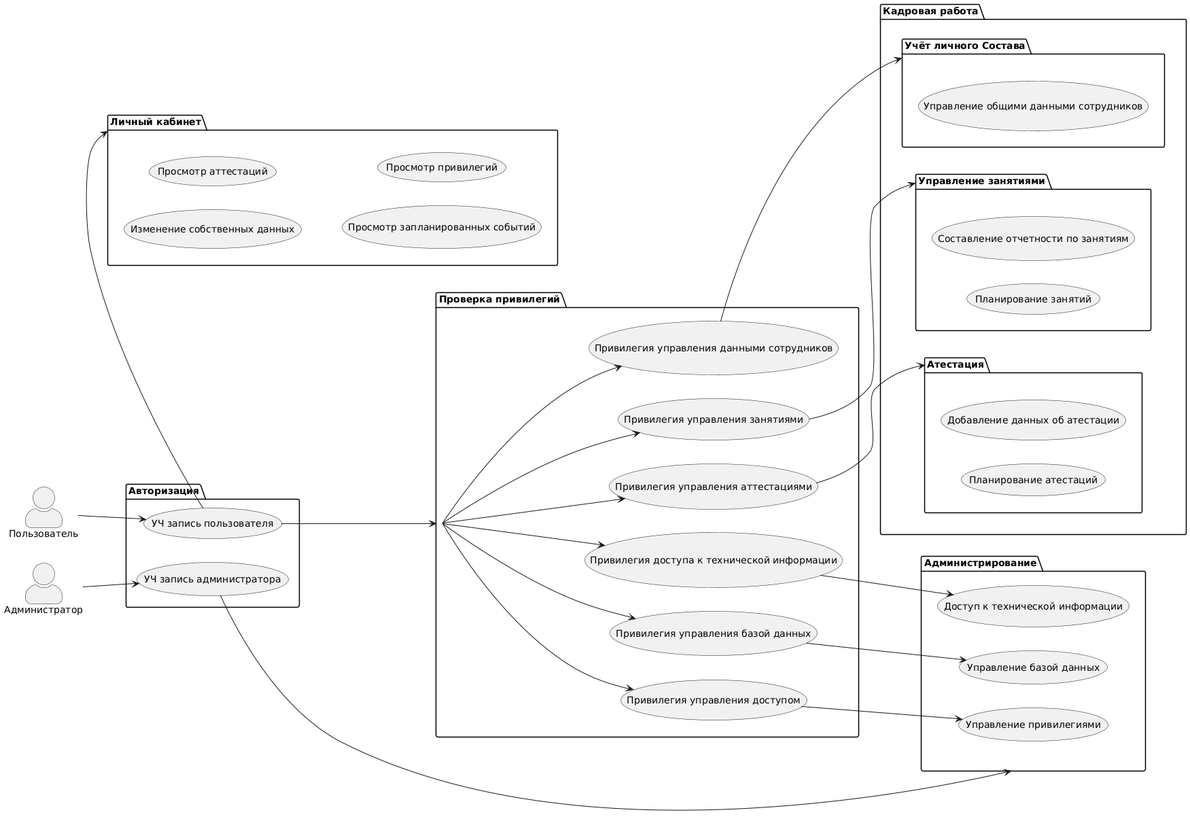
Before: docs/imgs/uml_diag_light.png, a diagram exported from PlantUML (SemionPetrov/ProjectMCHS). Source of this version:
```plantuml
@startuml
skinparam actorStyle awesome
left to right direction

actor Пользователь as User
actor Администратор as Admin

package Авторизация {
    usecase "УЧ запись пользователя" as unpriv_user
    usecase "УЧ запись администратора" as admin_user
}

package "Кадровая работа" {
    package "Атестация" as certification {
        usecase "Планирование атестаций" as planning_sessions
        usecase "Добавление данных об атестации" as report_management
    }

    package "Управление занятиями" as exercise{
        usecase "Планирование занятий"
        usecase "Составление отчетности по занятиям"
    }

    package "Учёт личного Состава" as employee_management {
        usecase "Управление общими данными сотрудников" as employee_data_management
    }
}

package "Личный кабинет" as profile{
    usecase "Изменение собственных данных"
    usecase "Просмотр аттестаций"
    usecase "Просмотр запланированных событий"
    usecase "Просмотр привилегий"
}

package Администрирование as administartion{
    usecase "Управление привилегиями" as access_control
    usecase "Управление базой данных" as db_control
    usecase "Доступ к технической информации" as backend_info
}

package "Проверка привилегий" as priv_check {
    usecase "Привилегия управления данными сотрудников" as employee_management_priv
    usecase "Привилегия управления аттестациями" as certification_management_priv
    usecase "Привилегия управления занятиями" as planning_sessions_priv

    usecase "Привилегия управления доступом" as access_control_priv
    usecase "Привилегия управления базой данных" as db_control_priv
    usecase "Привилегия доступа к технической информации" as backend_info_priv
}


User --> unpriv_user
Admin --> admin_user

admin_user --> administartion

unpriv_user --> priv_check
unpriv_user -> profile

priv_check -->  employee_management_priv
priv_check -->  certification_management_priv
priv_check -->  planning_sessions_priv

priv_check -->  access_control_priv
priv_check -->  db_control_priv
priv_check -->  backend_info_priv

employee_management_priv --> employee_management
certification_management_priv --> certification
planning_sessions_priv --> exercise

access_control_priv --> access_control
db_control_priv --> db_control
backend_info_priv --> backend_info
@enduml
```
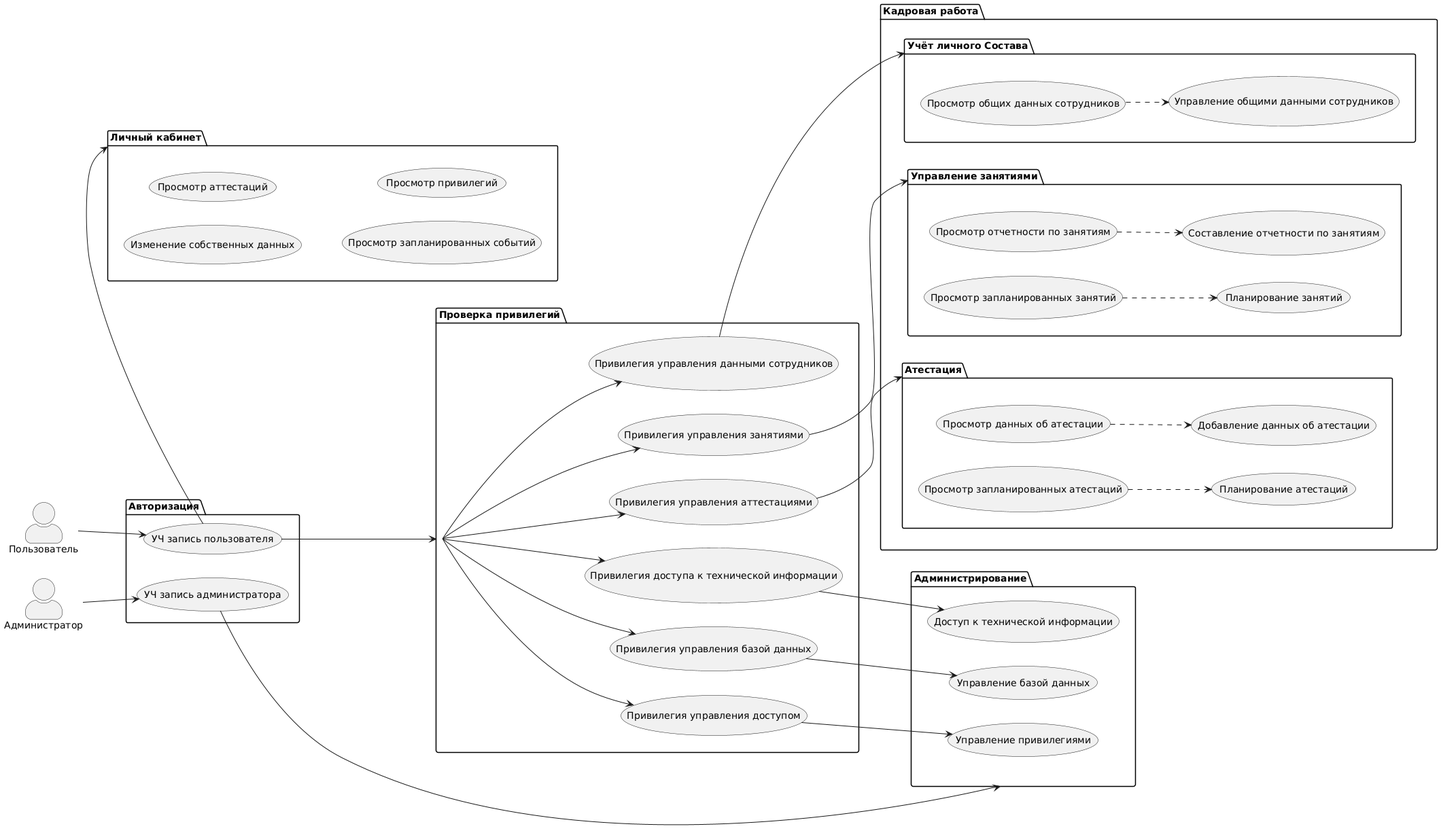
The same diagram one commit later.

What changed in the source:
```diff
@@ -12,16 +12,23 @@
 
 package "Кадровая работа" {
     package "Атестация" as certification {
+        usecase "Просмотр запланированных атестаций" as read_planned_sessions
         usecase "Планирование атестаций" as planning_sessions
-        usecase "Добавление данных об атестации" as report_management
+
+        usecase "Просмотр данных об атестации" as read_attestation_report
+        usecase "Добавление данных об атестации" as attestation_report_management
     }
 
     package "Управление занятиями" as exercise{
-        usecase "Планирование занятий"
-        usecase "Составление отчетности по занятиям"
+        usecase "Просмотр запланированных занятий" as read_exercises
+        usecase "Планирование занятий" as exercise_planning
+
+        usecase "Просмотр отчетности по занятиям" as read_exercise_report
+        usecase "Составление отчетности по занятиям" as exercise_report_management
     }
 
     package "Учёт личного Состава" as employee_management {
+        usecase "Просмотр общих данных сотрудников" as read_employee_data
         usecase "Управление общими данными сотрудников" as employee_data_management
     }
 }
@@ -73,4 +80,12 @@
 access_control_priv --> access_control
 db_control_priv --> db_control
 backend_info_priv --> backend_info
+
+read_planned_sessions ..> planning_sessions <<extend>>
+read_attestation_report ..> attestation_report_management <<extend>>
+
+read_exercises ..> exercise_planning <<extend>>
+read_exercise_report ..> exercise_report_management <<extend>>
+
+read_employee_data ..> employee_data_management <<extend>>
 @enduml
```
